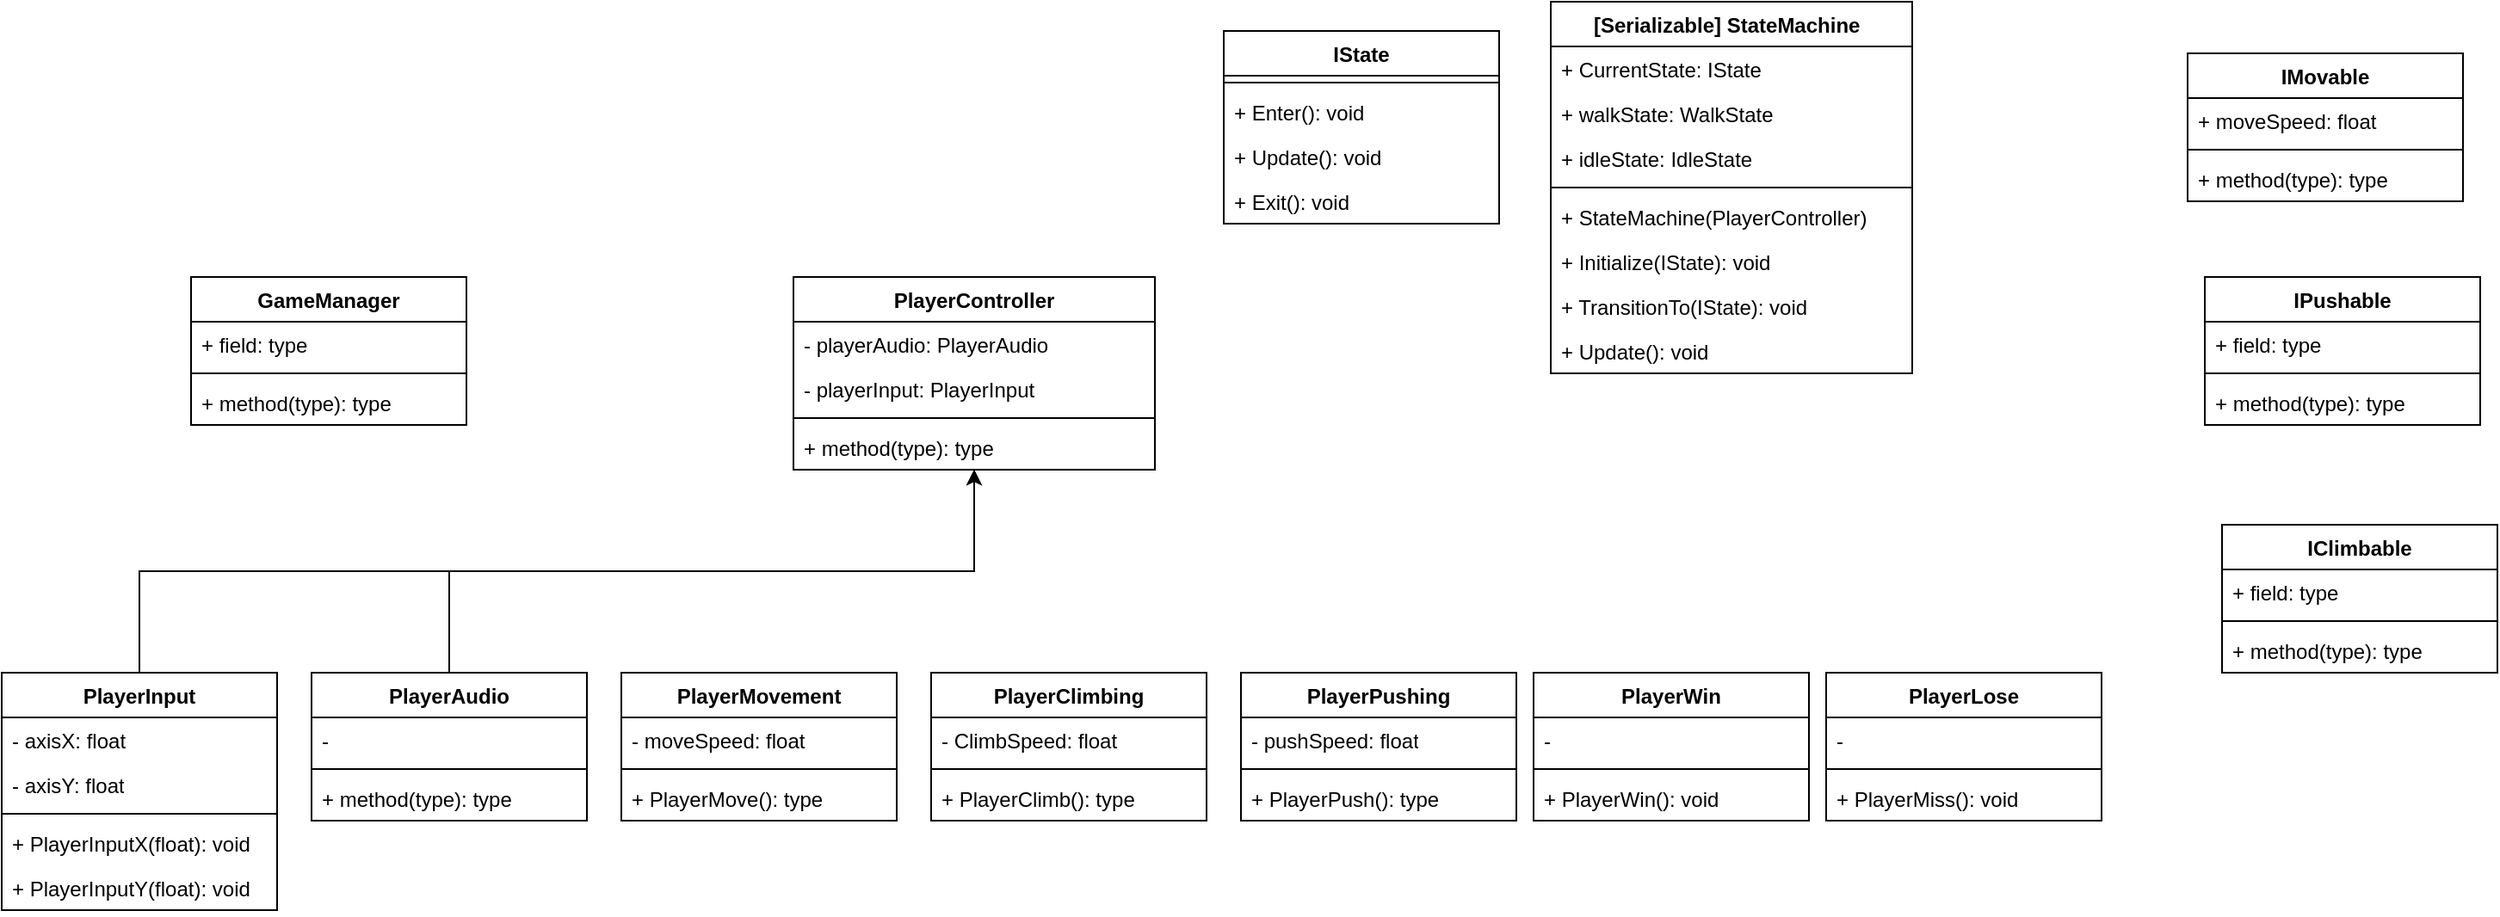
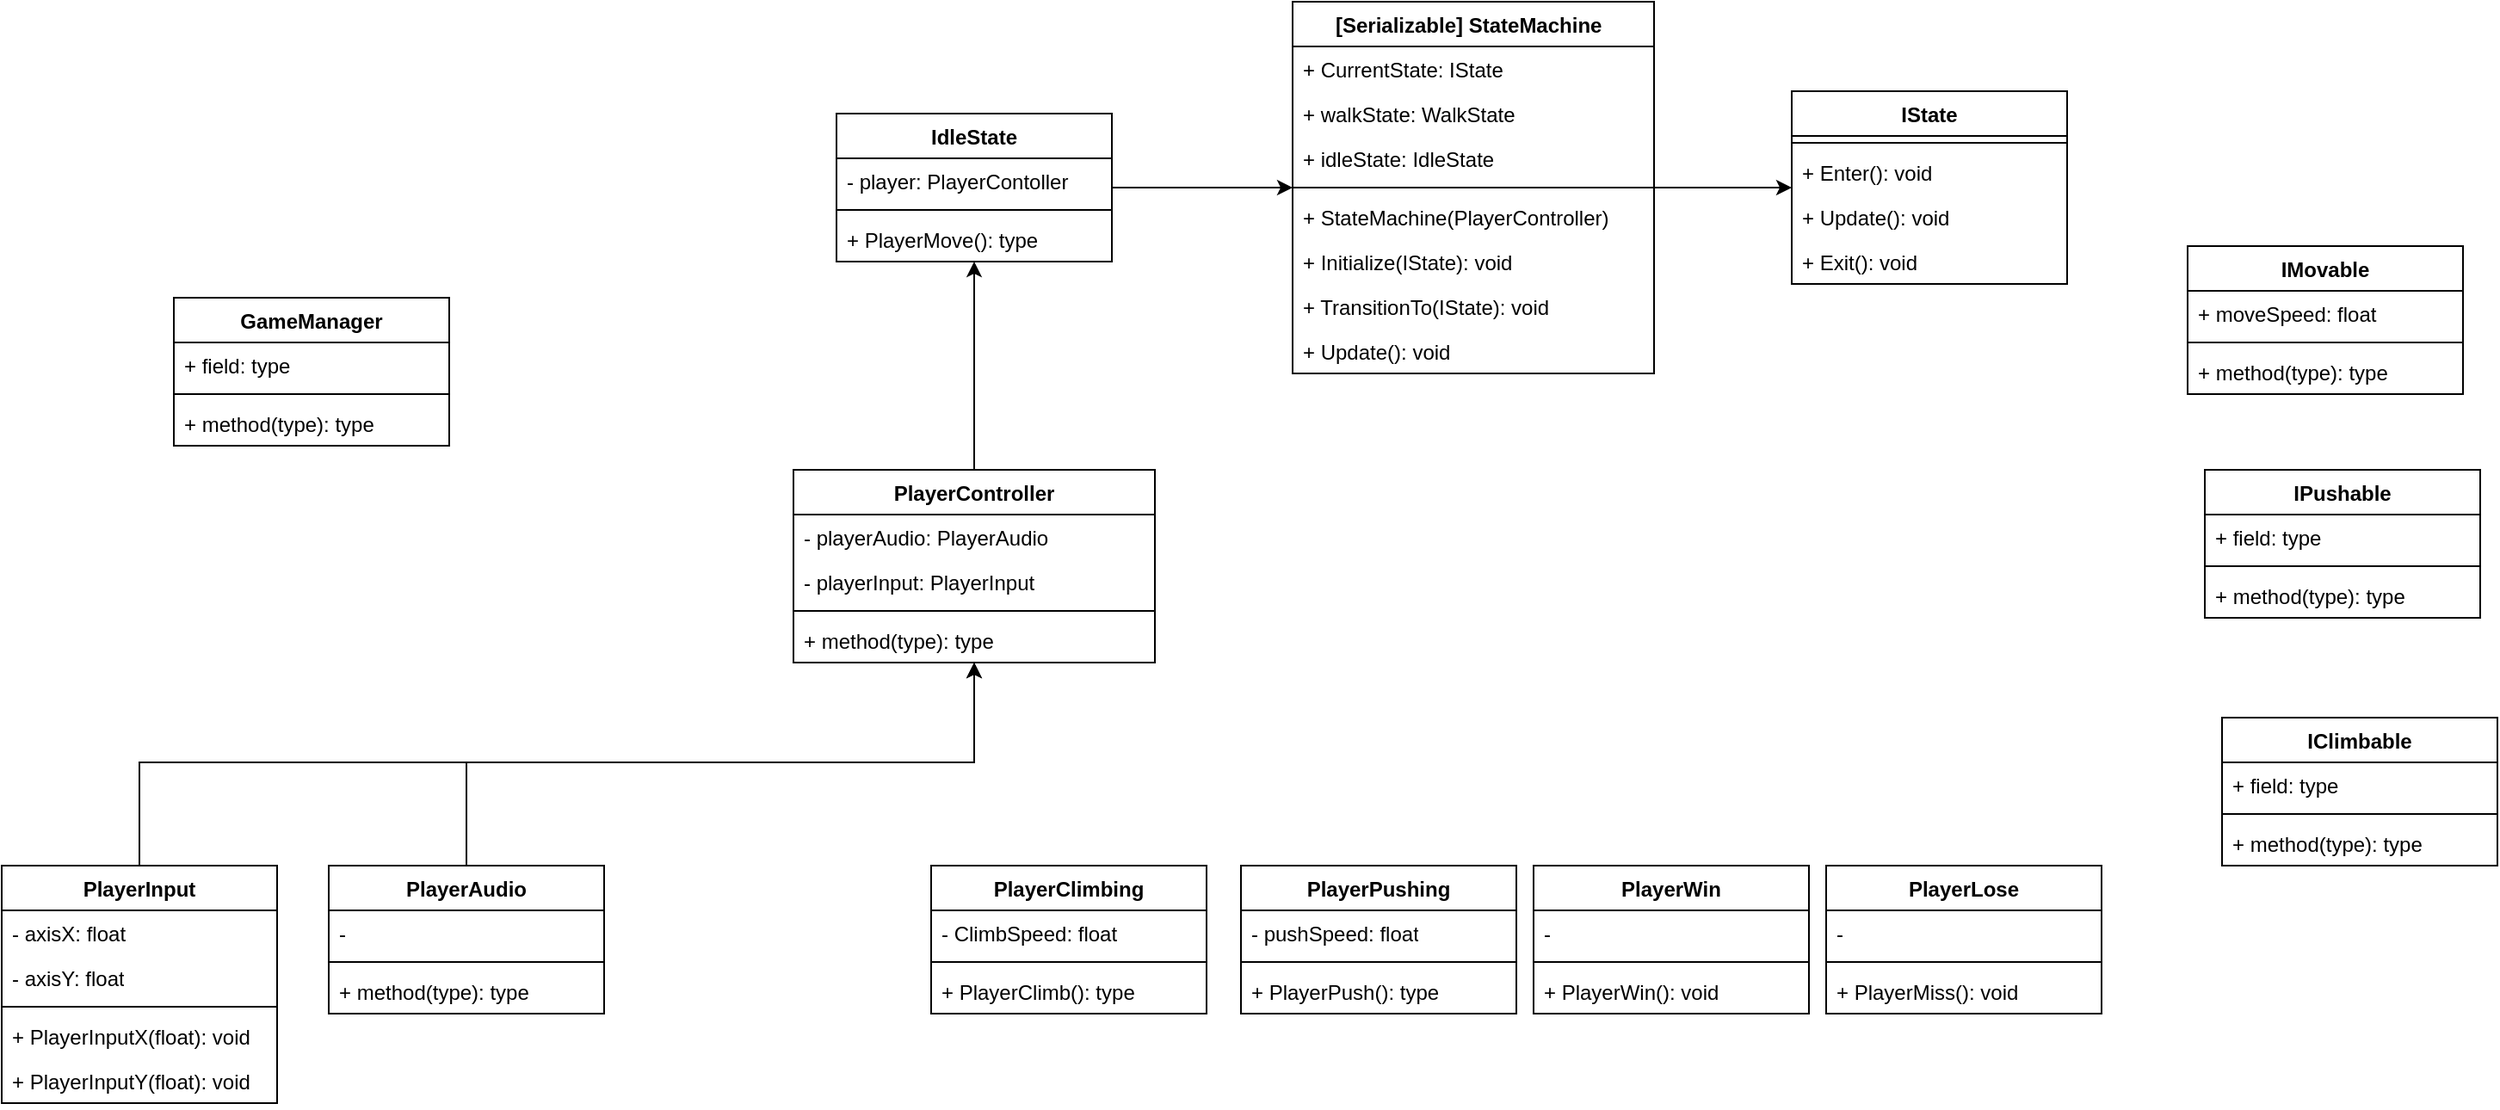
<mxfile host="app.diagrams.net" agent="Mozilla/5.0 (Windows NT 10.0; Win64; x64) AppleWebKit/537.36 (KHTML, like Gecko) Chrome/145.0.0.0 Safari/537.36" version="29.6.1">
  <diagram name="ページ-1" id="8KCFoVMX2dtQ3ng9Srak">
    <mxGraphModel dx="2083" dy="630" grid="1" gridSize="10" guides="1" tooltips="1" connect="1" arrows="1" fold="1" page="0" pageScale="1" pageWidth="850" pageHeight="1100" background="none" math="0" shadow="0">
      <root>
        <mxCell id="0" />
        <mxCell id="1" parent="0" />
        <mxCell id="L5NkyoWU7cnRC-8idZzs-9" parent="1" style="swimlane;fontStyle=1;align=center;verticalAlign=top;childLayout=stackLayout;horizontal=1;startSize=26;horizontalStack=0;resizeParent=1;resizeParentMax=0;resizeLast=0;collapsible=1;marginBottom=0;whiteSpace=wrap;html=1;" value="GameManager" vertex="1">
-           <mxGeometry height="86" width="160" x="40" y="370" as="geometry" />
+           <mxGeometry height="86" width="160" x="30" y="270" as="geometry" />
        </mxCell>
        <mxCell id="L5NkyoWU7cnRC-8idZzs-10" parent="L5NkyoWU7cnRC-8idZzs-9" style="text;strokeColor=none;fillColor=none;align=left;verticalAlign=top;spacingLeft=4;spacingRight=4;overflow=hidden;rotatable=0;points=[[0,0.5],[1,0.5]];portConstraint=eastwest;whiteSpace=wrap;html=1;" value="+ field: type" vertex="1">
          <mxGeometry height="26" width="160" y="26" as="geometry" />
        </mxCell>
        <mxCell id="L5NkyoWU7cnRC-8idZzs-11" parent="L5NkyoWU7cnRC-8idZzs-9" style="line;strokeWidth=1;fillColor=none;align=left;verticalAlign=middle;spacingTop=-1;spacingLeft=3;spacingRight=3;rotatable=0;labelPosition=right;points=[];portConstraint=eastwest;strokeColor=inherit;" value="" vertex="1">
          <mxGeometry height="8" width="160" y="52" as="geometry" />
        </mxCell>
        <mxCell id="L5NkyoWU7cnRC-8idZzs-12" parent="L5NkyoWU7cnRC-8idZzs-9" style="text;strokeColor=none;fillColor=none;align=left;verticalAlign=top;spacingLeft=4;spacingRight=4;overflow=hidden;rotatable=0;points=[[0,0.5],[1,0.5]];portConstraint=eastwest;whiteSpace=wrap;html=1;" value="+ method(type): type" vertex="1">
          <mxGeometry height="26" width="160" y="60" as="geometry" />
+         </mxCell>
+         <mxCell id="cJyFu2CfWWR6ttzxGQYN-23" edge="1" parent="1" source="L5NkyoWU7cnRC-8idZzs-13" style="edgeStyle=orthogonalEdgeStyle;rounded=0;orthogonalLoop=1;jettySize=auto;html=1;exitX=0.5;exitY=0;exitDx=0;exitDy=0;" target="L5NkyoWU7cnRC-8idZzs-25">
+           <mxGeometry relative="1" as="geometry" />
        </mxCell>
        <mxCell id="L5NkyoWU7cnRC-8idZzs-13" parent="1" style="swimlane;fontStyle=1;align=center;verticalAlign=top;childLayout=stackLayout;horizontal=1;startSize=26;horizontalStack=0;resizeParent=1;resizeParentMax=0;resizeLast=0;collapsible=1;marginBottom=0;whiteSpace=wrap;html=1;" value="PlayerController" vertex="1">
          <mxGeometry height="112" width="210" x="390" y="370" as="geometry" />
        </mxCell>
        <mxCell id="xKRVpc-qtdXalkFRgjZN-2" parent="L5NkyoWU7cnRC-8idZzs-13" style="text;strokeColor=none;fillColor=none;align=left;verticalAlign=top;spacingLeft=4;spacingRight=4;overflow=hidden;rotatable=0;points=[[0,0.5],[1,0.5]];portConstraint=eastwest;whiteSpace=wrap;html=1;" value="- playerAudio: PlayerAudio" vertex="1">
          <mxGeometry height="26" width="210" y="26" as="geometry" />
        </mxCell>
        <mxCell id="xKRVpc-qtdXalkFRgjZN-3" parent="L5NkyoWU7cnRC-8idZzs-13" style="text;strokeColor=none;fillColor=none;align=left;verticalAlign=top;spacingLeft=4;spacingRight=4;overflow=hidden;rotatable=0;points=[[0,0.5],[1,0.5]];portConstraint=eastwest;whiteSpace=wrap;html=1;" value="- playerInput: PlayerInput" vertex="1">
          <mxGeometry height="26" width="210" y="52" as="geometry" />
        </mxCell>
        <mxCell id="L5NkyoWU7cnRC-8idZzs-15" parent="L5NkyoWU7cnRC-8idZzs-13" style="line;strokeWidth=1;fillColor=none;align=left;verticalAlign=middle;spacingTop=-1;spacingLeft=3;spacingRight=3;rotatable=0;labelPosition=right;points=[];portConstraint=eastwest;strokeColor=inherit;" value="" vertex="1">
          <mxGeometry height="8" width="210" y="78" as="geometry" />
        </mxCell>
        <mxCell id="L5NkyoWU7cnRC-8idZzs-16" parent="L5NkyoWU7cnRC-8idZzs-13" style="text;strokeColor=none;fillColor=none;align=left;verticalAlign=top;spacingLeft=4;spacingRight=4;overflow=hidden;rotatable=0;points=[[0,0.5],[1,0.5]];portConstraint=eastwest;whiteSpace=wrap;html=1;" value="+ method(type): type" vertex="1">
          <mxGeometry height="26" width="210" y="86" as="geometry" />
        </mxCell>
-         <mxCell id="xKRVpc-qtdXalkFRgjZN-7" edge="1" parent="1" source="L5NkyoWU7cnRC-8idZzs-17" style="edgeStyle=orthogonalEdgeStyle;rounded=0;orthogonalLoop=1;jettySize=auto;html=1;exitX=0.5;exitY=0;exitDx=0;exitDy=0;" target="L5NkyoWU7cnRC-8idZzs-13">
+         <mxCell id="cJyFu2CfWWR6ttzxGQYN-20" edge="1" parent="1" source="L5NkyoWU7cnRC-8idZzs-17" style="edgeStyle=orthogonalEdgeStyle;rounded=0;orthogonalLoop=1;jettySize=auto;html=1;exitX=0.5;exitY=0;exitDx=0;exitDy=0;" target="L5NkyoWU7cnRC-8idZzs-13">
          <mxGeometry relative="1" as="geometry">
-             <mxPoint x="550" y="540" as="targetPoint" />
+             <Array as="points">
+               <mxPoint x="200" y="540" />
+               <mxPoint x="495" y="540" />
+             </Array>
          </mxGeometry>
        </mxCell>
        <mxCell id="L5NkyoWU7cnRC-8idZzs-17" parent="1" style="swimlane;fontStyle=1;align=center;verticalAlign=top;childLayout=stackLayout;horizontal=1;startSize=26;horizontalStack=0;resizeParent=1;resizeParentMax=0;resizeLast=0;collapsible=1;marginBottom=0;whiteSpace=wrap;html=1;" value="PlayerAudio" vertex="1">
-           <mxGeometry height="86" width="160" x="110" y="600" as="geometry" />
+           <mxGeometry height="86" width="160" x="120" y="600" as="geometry" />
        </mxCell>
        <mxCell id="L5NkyoWU7cnRC-8idZzs-18" parent="L5NkyoWU7cnRC-8idZzs-17" style="text;strokeColor=none;fillColor=none;align=left;verticalAlign=top;spacingLeft=4;spacingRight=4;overflow=hidden;rotatable=0;points=[[0,0.5],[1,0.5]];portConstraint=eastwest;whiteSpace=wrap;html=1;" value="-" vertex="1">
          <mxGeometry height="26" width="160" y="26" as="geometry" />
        </mxCell>
        <mxCell id="L5NkyoWU7cnRC-8idZzs-19" parent="L5NkyoWU7cnRC-8idZzs-17" style="line;strokeWidth=1;fillColor=none;align=left;verticalAlign=middle;spacingTop=-1;spacingLeft=3;spacingRight=3;rotatable=0;labelPosition=right;points=[];portConstraint=eastwest;strokeColor=inherit;" value="" vertex="1">
          <mxGeometry height="8" width="160" y="52" as="geometry" />
        </mxCell>
        <mxCell id="L5NkyoWU7cnRC-8idZzs-20" parent="L5NkyoWU7cnRC-8idZzs-17" style="text;strokeColor=none;fillColor=none;align=left;verticalAlign=top;spacingLeft=4;spacingRight=4;overflow=hidden;rotatable=0;points=[[0,0.5],[1,0.5]];portConstraint=eastwest;whiteSpace=wrap;html=1;" value="+ method(type): type" vertex="1">
          <mxGeometry height="26" width="160" y="60" as="geometry" />
+         </mxCell>
+         <mxCell id="cJyFu2CfWWR6ttzxGQYN-21" edge="1" parent="1" source="L5NkyoWU7cnRC-8idZzs-21" style="edgeStyle=orthogonalEdgeStyle;rounded=0;orthogonalLoop=1;jettySize=auto;html=1;" target="L5NkyoWU7cnRC-8idZzs-13">
+           <mxGeometry relative="1" as="geometry">
+             <Array as="points">
+               <mxPoint x="10" y="540" />
+               <mxPoint x="495" y="540" />
+             </Array>
+           </mxGeometry>
        </mxCell>
        <mxCell id="L5NkyoWU7cnRC-8idZzs-21" parent="1" style="swimlane;fontStyle=1;align=center;verticalAlign=top;childLayout=stackLayout;horizontal=1;startSize=26;horizontalStack=0;resizeParent=1;resizeParentMax=0;resizeLast=0;collapsible=1;marginBottom=0;whiteSpace=wrap;html=1;" value="PlayerInput" vertex="1">
          <mxGeometry height="138" width="160" x="-70" y="600" as="geometry" />
        </mxCell>
        <mxCell id="L5NkyoWU7cnRC-8idZzs-22" parent="L5NkyoWU7cnRC-8idZzs-21" style="text;strokeColor=none;fillColor=none;align=left;verticalAlign=top;spacingLeft=4;spacingRight=4;overflow=hidden;rotatable=0;points=[[0,0.5],[1,0.5]];portConstraint=eastwest;whiteSpace=wrap;html=1;" value="- axisX: float" vertex="1">
          <mxGeometry height="26" width="160" y="26" as="geometry" />
        </mxCell>
        <mxCell id="pt3lwnELBwHd_nTeb_py-6" parent="L5NkyoWU7cnRC-8idZzs-21" style="text;strokeColor=none;fillColor=none;align=left;verticalAlign=top;spacingLeft=4;spacingRight=4;overflow=hidden;rotatable=0;points=[[0,0.5],[1,0.5]];portConstraint=eastwest;whiteSpace=wrap;html=1;" value="- axisY: float" vertex="1">
          <mxGeometry height="26" width="160" y="52" as="geometry" />
        </mxCell>
        <mxCell id="L5NkyoWU7cnRC-8idZzs-23" parent="L5NkyoWU7cnRC-8idZzs-21" style="line;strokeWidth=1;fillColor=none;align=left;verticalAlign=middle;spacingTop=-1;spacingLeft=3;spacingRight=3;rotatable=0;labelPosition=right;points=[];portConstraint=eastwest;strokeColor=inherit;" value="" vertex="1">
          <mxGeometry height="8" width="160" y="78" as="geometry" />
        </mxCell>
        <mxCell id="L5NkyoWU7cnRC-8idZzs-24" parent="L5NkyoWU7cnRC-8idZzs-21" style="text;strokeColor=none;fillColor=none;align=left;verticalAlign=top;spacingLeft=4;spacingRight=4;overflow=hidden;rotatable=0;points=[[0,0.5],[1,0.5]];portConstraint=eastwest;whiteSpace=wrap;html=1;" value="+ PlayerInputX(float): void" vertex="1">
          <mxGeometry height="26" width="160" y="86" as="geometry" />
        </mxCell>
        <mxCell id="pt3lwnELBwHd_nTeb_py-7" parent="L5NkyoWU7cnRC-8idZzs-21" style="text;strokeColor=none;fillColor=none;align=left;verticalAlign=top;spacingLeft=4;spacingRight=4;overflow=hidden;rotatable=0;points=[[0,0.5],[1,0.5]];portConstraint=eastwest;whiteSpace=wrap;html=1;" value="+ PlayerInputY(float): void" vertex="1">
          <mxGeometry height="26" width="160" y="112" as="geometry" />
        </mxCell>
-         <mxCell id="L5NkyoWU7cnRC-8idZzs-25" parent="1" style="swimlane;fontStyle=1;align=center;verticalAlign=top;childLayout=stackLayout;horizontal=1;startSize=26;horizontalStack=0;resizeParent=1;resizeParentMax=0;resizeLast=0;collapsible=1;marginBottom=0;whiteSpace=wrap;html=1;" value="PlayerMovement" vertex="1">
-           <mxGeometry height="86" width="160" x="290" y="600" as="geometry" />
-         </mxCell>
-         <mxCell id="L5NkyoWU7cnRC-8idZzs-26" parent="L5NkyoWU7cnRC-8idZzs-25" style="text;strokeColor=none;fillColor=none;align=left;verticalAlign=top;spacingLeft=4;spacingRight=4;overflow=hidden;rotatable=0;points=[[0,0.5],[1,0.5]];portConstraint=eastwest;whiteSpace=wrap;html=1;" value="- moveSpeed: float" vertex="1">
+         <mxCell id="L5NkyoWU7cnRC-8idZzs-25" parent="1" style="swimlane;fontStyle=1;align=center;verticalAlign=top;childLayout=stackLayout;horizontal=1;startSize=26;horizontalStack=0;resizeParent=1;resizeParentMax=0;resizeLast=0;collapsible=1;marginBottom=0;whiteSpace=wrap;html=1;" value="IdleState" vertex="1">
+           <mxGeometry height="86" width="160" x="415" y="163" as="geometry" />
+         </mxCell>
+         <mxCell id="L5NkyoWU7cnRC-8idZzs-26" parent="L5NkyoWU7cnRC-8idZzs-25" style="text;strokeColor=none;fillColor=none;align=left;verticalAlign=top;spacingLeft=4;spacingRight=4;overflow=hidden;rotatable=0;points=[[0,0.5],[1,0.5]];portConstraint=eastwest;whiteSpace=wrap;html=1;" value="- player: PlayerContoller" vertex="1">
          <mxGeometry height="26" width="160" y="26" as="geometry" />
        </mxCell>
        <mxCell id="L5NkyoWU7cnRC-8idZzs-27" parent="L5NkyoWU7cnRC-8idZzs-25" style="line;strokeWidth=1;fillColor=none;align=left;verticalAlign=middle;spacingTop=-1;spacingLeft=3;spacingRight=3;rotatable=0;labelPosition=right;points=[];portConstraint=eastwest;strokeColor=inherit;" value="" vertex="1">
          <mxGeometry height="8" width="160" y="52" as="geometry" />
        </mxCell>
        <mxCell id="L5NkyoWU7cnRC-8idZzs-28" parent="L5NkyoWU7cnRC-8idZzs-25" style="text;strokeColor=none;fillColor=none;align=left;verticalAlign=top;spacingLeft=4;spacingRight=4;overflow=hidden;rotatable=0;points=[[0,0.5],[1,0.5]];portConstraint=eastwest;whiteSpace=wrap;html=1;" value="+ PlayerMove(): type" vertex="1">
          <mxGeometry height="26" width="160" y="60" as="geometry" />
        </mxCell>
        <mxCell id="L5NkyoWU7cnRC-8idZzs-29" parent="1" style="swimlane;fontStyle=1;align=center;verticalAlign=top;childLayout=stackLayout;horizontal=1;startSize=26;horizontalStack=0;resizeParent=1;resizeParentMax=0;resizeLast=0;collapsible=1;marginBottom=0;whiteSpace=wrap;html=1;" value="PlayerWin" vertex="1">
          <mxGeometry height="86" width="160" x="820" y="600" as="geometry">
            <mxRectangle height="30" width="120" x="500" y="470" as="alternateBounds" />
          </mxGeometry>
        </mxCell>
        <mxCell id="L5NkyoWU7cnRC-8idZzs-30" parent="L5NkyoWU7cnRC-8idZzs-29" style="text;strokeColor=none;fillColor=none;align=left;verticalAlign=top;spacingLeft=4;spacingRight=4;overflow=hidden;rotatable=0;points=[[0,0.5],[1,0.5]];portConstraint=eastwest;whiteSpace=wrap;html=1;" value="-" vertex="1">
          <mxGeometry height="26" width="160" y="26" as="geometry" />
        </mxCell>
        <mxCell id="L5NkyoWU7cnRC-8idZzs-31" parent="L5NkyoWU7cnRC-8idZzs-29" style="line;strokeWidth=1;fillColor=none;align=left;verticalAlign=middle;spacingTop=-1;spacingLeft=3;spacingRight=3;rotatable=0;labelPosition=right;points=[];portConstraint=eastwest;strokeColor=inherit;" value="" vertex="1">
          <mxGeometry height="8" width="160" y="52" as="geometry" />
        </mxCell>
        <mxCell id="L5NkyoWU7cnRC-8idZzs-32" parent="L5NkyoWU7cnRC-8idZzs-29" style="text;strokeColor=none;fillColor=none;align=left;verticalAlign=top;spacingLeft=4;spacingRight=4;overflow=hidden;rotatable=0;points=[[0,0.5],[1,0.5]];portConstraint=eastwest;whiteSpace=wrap;html=1;" value="+ PlayerWin(): void" vertex="1">
          <mxGeometry height="26" width="160" y="60" as="geometry" />
        </mxCell>
        <mxCell id="L5NkyoWU7cnRC-8idZzs-33" parent="1" style="swimlane;fontStyle=1;align=center;verticalAlign=top;childLayout=stackLayout;horizontal=1;startSize=26;horizontalStack=0;resizeParent=1;resizeParentMax=0;resizeLast=0;collapsible=1;marginBottom=0;whiteSpace=wrap;html=1;" value="PlayerLose" vertex="1">
          <mxGeometry height="86" width="160" x="990" y="600" as="geometry" />
        </mxCell>
        <mxCell id="L5NkyoWU7cnRC-8idZzs-34" parent="L5NkyoWU7cnRC-8idZzs-33" style="text;strokeColor=none;fillColor=none;align=left;verticalAlign=top;spacingLeft=4;spacingRight=4;overflow=hidden;rotatable=0;points=[[0,0.5],[1,0.5]];portConstraint=eastwest;whiteSpace=wrap;html=1;" value="-" vertex="1">
          <mxGeometry height="26" width="160" y="26" as="geometry" />
        </mxCell>
        <mxCell id="L5NkyoWU7cnRC-8idZzs-35" parent="L5NkyoWU7cnRC-8idZzs-33" style="line;strokeWidth=1;fillColor=none;align=left;verticalAlign=middle;spacingTop=-1;spacingLeft=3;spacingRight=3;rotatable=0;labelPosition=right;points=[];portConstraint=eastwest;strokeColor=inherit;" value="" vertex="1">
          <mxGeometry height="8" width="160" y="52" as="geometry" />
        </mxCell>
        <mxCell id="L5NkyoWU7cnRC-8idZzs-36" parent="L5NkyoWU7cnRC-8idZzs-33" style="text;strokeColor=none;fillColor=none;align=left;verticalAlign=top;spacingLeft=4;spacingRight=4;overflow=hidden;rotatable=0;points=[[0,0.5],[1,0.5]];portConstraint=eastwest;whiteSpace=wrap;html=1;" value="+ PlayerMiss(): void" vertex="1">
          <mxGeometry height="26" width="160" y="60" as="geometry" />
        </mxCell>
        <mxCell id="pt3lwnELBwHd_nTeb_py-9" parent="1" style="swimlane;fontStyle=1;align=center;verticalAlign=top;childLayout=stackLayout;horizontal=1;startSize=26;horizontalStack=0;resizeParent=1;resizeParentMax=0;resizeLast=0;collapsible=1;marginBottom=0;whiteSpace=wrap;html=1;" value="IMovable" vertex="1">
          <mxGeometry height="86" width="160" x="1200" y="240" as="geometry" />
        </mxCell>
        <mxCell id="pt3lwnELBwHd_nTeb_py-10" parent="pt3lwnELBwHd_nTeb_py-9" style="text;strokeColor=none;fillColor=none;align=left;verticalAlign=top;spacingLeft=4;spacingRight=4;overflow=hidden;rotatable=0;points=[[0,0.5],[1,0.5]];portConstraint=eastwest;whiteSpace=wrap;html=1;" value="+ moveSpeed: float" vertex="1">
          <mxGeometry height="26" width="160" y="26" as="geometry" />
        </mxCell>
        <mxCell id="pt3lwnELBwHd_nTeb_py-11" parent="pt3lwnELBwHd_nTeb_py-9" style="line;strokeWidth=1;fillColor=none;align=left;verticalAlign=middle;spacingTop=-1;spacingLeft=3;spacingRight=3;rotatable=0;labelPosition=right;points=[];portConstraint=eastwest;strokeColor=inherit;" value="" vertex="1">
          <mxGeometry height="8" width="160" y="52" as="geometry" />
        </mxCell>
        <mxCell id="pt3lwnELBwHd_nTeb_py-12" parent="pt3lwnELBwHd_nTeb_py-9" style="text;strokeColor=none;fillColor=none;align=left;verticalAlign=top;spacingLeft=4;spacingRight=4;overflow=hidden;rotatable=0;points=[[0,0.5],[1,0.5]];portConstraint=eastwest;whiteSpace=wrap;html=1;" value="+ method(type): type" vertex="1">
          <mxGeometry height="26" width="160" y="60" as="geometry" />
        </mxCell>
        <mxCell id="pt3lwnELBwHd_nTeb_py-13" parent="1" style="swimlane;fontStyle=1;align=center;verticalAlign=top;childLayout=stackLayout;horizontal=1;startSize=26;horizontalStack=0;resizeParent=1;resizeParentMax=0;resizeLast=0;collapsible=1;marginBottom=0;whiteSpace=wrap;html=1;" value="IPushable" vertex="1">
          <mxGeometry height="86" width="160" x="1210" y="370" as="geometry" />
        </mxCell>
        <mxCell id="pt3lwnELBwHd_nTeb_py-14" parent="pt3lwnELBwHd_nTeb_py-13" style="text;strokeColor=none;fillColor=none;align=left;verticalAlign=top;spacingLeft=4;spacingRight=4;overflow=hidden;rotatable=0;points=[[0,0.5],[1,0.5]];portConstraint=eastwest;whiteSpace=wrap;html=1;" value="+ field: type" vertex="1">
          <mxGeometry height="26" width="160" y="26" as="geometry" />
        </mxCell>
        <mxCell id="pt3lwnELBwHd_nTeb_py-15" parent="pt3lwnELBwHd_nTeb_py-13" style="line;strokeWidth=1;fillColor=none;align=left;verticalAlign=middle;spacingTop=-1;spacingLeft=3;spacingRight=3;rotatable=0;labelPosition=right;points=[];portConstraint=eastwest;strokeColor=inherit;" value="" vertex="1">
          <mxGeometry height="8" width="160" y="52" as="geometry" />
        </mxCell>
        <mxCell id="pt3lwnELBwHd_nTeb_py-16" parent="pt3lwnELBwHd_nTeb_py-13" style="text;strokeColor=none;fillColor=none;align=left;verticalAlign=top;spacingLeft=4;spacingRight=4;overflow=hidden;rotatable=0;points=[[0,0.5],[1,0.5]];portConstraint=eastwest;whiteSpace=wrap;html=1;" value="+ method(type): type" vertex="1">
          <mxGeometry height="26" width="160" y="60" as="geometry" />
        </mxCell>
        <mxCell id="3llHXHSIi8HC60sM2auQ-6" parent="1" style="swimlane;fontStyle=1;align=center;verticalAlign=top;childLayout=stackLayout;horizontal=1;startSize=26;horizontalStack=0;resizeParent=1;resizeParentMax=0;resizeLast=0;collapsible=1;marginBottom=0;whiteSpace=wrap;html=1;" value="PlayerClimbing" vertex="1">
          <mxGeometry height="86" width="160" x="470" y="600" as="geometry" />
        </mxCell>
        <mxCell id="3llHXHSIi8HC60sM2auQ-7" parent="3llHXHSIi8HC60sM2auQ-6" style="text;strokeColor=none;fillColor=none;align=left;verticalAlign=top;spacingLeft=4;spacingRight=4;overflow=hidden;rotatable=0;points=[[0,0.5],[1,0.5]];portConstraint=eastwest;whiteSpace=wrap;html=1;" value="- ClimbSpeed: float" vertex="1">
          <mxGeometry height="26" width="160" y="26" as="geometry" />
        </mxCell>
        <mxCell id="3llHXHSIi8HC60sM2auQ-8" parent="3llHXHSIi8HC60sM2auQ-6" style="line;strokeWidth=1;fillColor=none;align=left;verticalAlign=middle;spacingTop=-1;spacingLeft=3;spacingRight=3;rotatable=0;labelPosition=right;points=[];portConstraint=eastwest;strokeColor=inherit;" value="" vertex="1">
          <mxGeometry height="8" width="160" y="52" as="geometry" />
        </mxCell>
        <mxCell id="3llHXHSIi8HC60sM2auQ-9" parent="3llHXHSIi8HC60sM2auQ-6" style="text;strokeColor=none;fillColor=none;align=left;verticalAlign=top;spacingLeft=4;spacingRight=4;overflow=hidden;rotatable=0;points=[[0,0.5],[1,0.5]];portConstraint=eastwest;whiteSpace=wrap;html=1;" value="+ PlayerClimb(): type" vertex="1">
          <mxGeometry height="26" width="160" y="60" as="geometry" />
        </mxCell>
        <mxCell id="3llHXHSIi8HC60sM2auQ-10" parent="1" style="swimlane;fontStyle=1;align=center;verticalAlign=top;childLayout=stackLayout;horizontal=1;startSize=26;horizontalStack=0;resizeParent=1;resizeParentMax=0;resizeLast=0;collapsible=1;marginBottom=0;whiteSpace=wrap;html=1;" value="PlayerPushing" vertex="1">
          <mxGeometry height="86" width="160" x="650" y="600" as="geometry" />
        </mxCell>
        <mxCell id="3llHXHSIi8HC60sM2auQ-11" parent="3llHXHSIi8HC60sM2auQ-10" style="text;strokeColor=none;fillColor=none;align=left;verticalAlign=top;spacingLeft=4;spacingRight=4;overflow=hidden;rotatable=0;points=[[0,0.5],[1,0.5]];portConstraint=eastwest;whiteSpace=wrap;html=1;" value="- pushSpeed: float" vertex="1">
          <mxGeometry height="26" width="160" y="26" as="geometry" />
        </mxCell>
        <mxCell id="3llHXHSIi8HC60sM2auQ-12" parent="3llHXHSIi8HC60sM2auQ-10" style="line;strokeWidth=1;fillColor=none;align=left;verticalAlign=middle;spacingTop=-1;spacingLeft=3;spacingRight=3;rotatable=0;labelPosition=right;points=[];portConstraint=eastwest;strokeColor=inherit;" value="" vertex="1">
          <mxGeometry height="8" width="160" y="52" as="geometry" />
        </mxCell>
        <mxCell id="3llHXHSIi8HC60sM2auQ-13" parent="3llHXHSIi8HC60sM2auQ-10" style="text;strokeColor=none;fillColor=none;align=left;verticalAlign=top;spacingLeft=4;spacingRight=4;overflow=hidden;rotatable=0;points=[[0,0.5],[1,0.5]];portConstraint=eastwest;whiteSpace=wrap;html=1;" value="+ PlayerPush(): type" vertex="1">
          <mxGeometry height="26" width="160" y="60" as="geometry" />
        </mxCell>
        <mxCell id="3llHXHSIi8HC60sM2auQ-14" parent="1" style="swimlane;fontStyle=1;align=center;verticalAlign=top;childLayout=stackLayout;horizontal=1;startSize=26;horizontalStack=0;resizeParent=1;resizeParentMax=0;resizeLast=0;collapsible=1;marginBottom=0;whiteSpace=wrap;html=1;" value="IClimbable" vertex="1">
          <mxGeometry height="86" width="160" x="1220" y="514" as="geometry" />
        </mxCell>
        <mxCell id="3llHXHSIi8HC60sM2auQ-15" parent="3llHXHSIi8HC60sM2auQ-14" style="text;strokeColor=none;fillColor=none;align=left;verticalAlign=top;spacingLeft=4;spacingRight=4;overflow=hidden;rotatable=0;points=[[0,0.5],[1,0.5]];portConstraint=eastwest;whiteSpace=wrap;html=1;" value="+ field: type" vertex="1">
          <mxGeometry height="26" width="160" y="26" as="geometry" />
        </mxCell>
        <mxCell id="3llHXHSIi8HC60sM2auQ-16" parent="3llHXHSIi8HC60sM2auQ-14" style="line;strokeWidth=1;fillColor=none;align=left;verticalAlign=middle;spacingTop=-1;spacingLeft=3;spacingRight=3;rotatable=0;labelPosition=right;points=[];portConstraint=eastwest;strokeColor=inherit;" value="" vertex="1">
          <mxGeometry height="8" width="160" y="52" as="geometry" />
        </mxCell>
        <mxCell id="3llHXHSIi8HC60sM2auQ-17" parent="3llHXHSIi8HC60sM2auQ-14" style="text;strokeColor=none;fillColor=none;align=left;verticalAlign=top;spacingLeft=4;spacingRight=4;overflow=hidden;rotatable=0;points=[[0,0.5],[1,0.5]];portConstraint=eastwest;whiteSpace=wrap;html=1;" value="+ method(type): type" vertex="1">
          <mxGeometry height="26" width="160" y="60" as="geometry" />
        </mxCell>
-         <mxCell id="xKRVpc-qtdXalkFRgjZN-8" edge="1" parent="1" source="L5NkyoWU7cnRC-8idZzs-21" style="edgeStyle=orthogonalEdgeStyle;rounded=0;orthogonalLoop=1;jettySize=auto;html=1;exitX=0.5;exitY=0;exitDx=0;exitDy=0;" target="L5NkyoWU7cnRC-8idZzs-13">
-           <mxGeometry relative="1" as="geometry" />
-         </mxCell>
        <mxCell id="cJyFu2CfWWR6ttzxGQYN-1" parent="1" style="swimlane;fontStyle=1;align=center;verticalAlign=top;childLayout=stackLayout;horizontal=1;startSize=26;horizontalStack=0;resizeParent=1;resizeParentMax=0;resizeLast=0;collapsible=1;marginBottom=0;whiteSpace=wrap;html=1;" value="IState" vertex="1">
-           <mxGeometry height="112" width="160" x="640" y="227" as="geometry" />
+           <mxGeometry height="112" width="160" x="970" y="150" as="geometry" />
        </mxCell>
        <mxCell id="cJyFu2CfWWR6ttzxGQYN-3" parent="cJyFu2CfWWR6ttzxGQYN-1" style="line;strokeWidth=1;fillColor=none;align=left;verticalAlign=middle;spacingTop=-1;spacingLeft=3;spacingRight=3;rotatable=0;labelPosition=right;points=[];portConstraint=eastwest;strokeColor=inherit;" value="" vertex="1">
          <mxGeometry height="8" width="160" y="26" as="geometry" />
        </mxCell>
        <mxCell id="cJyFu2CfWWR6ttzxGQYN-4" parent="cJyFu2CfWWR6ttzxGQYN-1" style="text;strokeColor=none;fillColor=none;align=left;verticalAlign=top;spacingLeft=4;spacingRight=4;overflow=hidden;rotatable=0;points=[[0,0.5],[1,0.5]];portConstraint=eastwest;whiteSpace=wrap;html=1;" value="+ Enter(): void" vertex="1">
          <mxGeometry height="26" width="160" y="34" as="geometry" />
        </mxCell>
        <mxCell id="cJyFu2CfWWR6ttzxGQYN-6" parent="cJyFu2CfWWR6ttzxGQYN-1" style="text;strokeColor=none;fillColor=none;align=left;verticalAlign=top;spacingLeft=4;spacingRight=4;overflow=hidden;rotatable=0;points=[[0,0.5],[1,0.5]];portConstraint=eastwest;whiteSpace=wrap;html=1;" value="+ Update(): void" vertex="1">
          <mxGeometry height="26" width="160" y="60" as="geometry" />
        </mxCell>
        <mxCell id="cJyFu2CfWWR6ttzxGQYN-7" parent="cJyFu2CfWWR6ttzxGQYN-1" style="text;strokeColor=none;fillColor=none;align=left;verticalAlign=top;spacingLeft=4;spacingRight=4;overflow=hidden;rotatable=0;points=[[0,0.5],[1,0.5]];portConstraint=eastwest;whiteSpace=wrap;html=1;" value="+ Exit(): void" vertex="1">
          <mxGeometry height="26" width="160" y="86" as="geometry" />
        </mxCell>
+         <mxCell id="cJyFu2CfWWR6ttzxGQYN-25" edge="1" parent="1" source="cJyFu2CfWWR6ttzxGQYN-8" style="edgeStyle=orthogonalEdgeStyle;rounded=0;orthogonalLoop=1;jettySize=auto;html=1;exitX=1;exitY=0.5;exitDx=0;exitDy=0;" target="cJyFu2CfWWR6ttzxGQYN-1">
+           <mxGeometry relative="1" as="geometry" />
+         </mxCell>
        <mxCell id="cJyFu2CfWWR6ttzxGQYN-8" parent="1" style="swimlane;fontStyle=1;align=center;verticalAlign=top;childLayout=stackLayout;horizontal=1;startSize=26;horizontalStack=0;resizeParent=1;resizeParentMax=0;resizeLast=0;collapsible=1;marginBottom=0;whiteSpace=wrap;html=1;" value="[Serializable] StateMachine&lt;span style=&quot;white-space: pre;&quot;&gt;&#x9;&lt;/span&gt;" vertex="1">
-           <mxGeometry height="216" width="210" x="830" y="210" as="geometry" />
+           <mxGeometry height="216" width="210" x="680" y="98" as="geometry" />
        </mxCell>
        <mxCell id="cJyFu2CfWWR6ttzxGQYN-9" parent="cJyFu2CfWWR6ttzxGQYN-8" style="text;strokeColor=none;fillColor=none;align=left;verticalAlign=top;spacingLeft=4;spacingRight=4;overflow=hidden;rotatable=0;points=[[0,0.5],[1,0.5]];portConstraint=eastwest;whiteSpace=wrap;html=1;" value="+&amp;nbsp;CurrentState: IState" vertex="1">
          <mxGeometry height="26" width="210" y="26" as="geometry" />
        </mxCell>
        <mxCell id="cJyFu2CfWWR6ttzxGQYN-10" parent="cJyFu2CfWWR6ttzxGQYN-8" style="text;strokeColor=none;fillColor=none;align=left;verticalAlign=top;spacingLeft=4;spacingRight=4;overflow=hidden;rotatable=0;points=[[0,0.5],[1,0.5]];portConstraint=eastwest;whiteSpace=wrap;html=1;" value="+ walkState: WalkState" vertex="1">
          <mxGeometry height="26" width="210" y="52" as="geometry" />
        </mxCell>
        <mxCell id="cJyFu2CfWWR6ttzxGQYN-13" parent="cJyFu2CfWWR6ttzxGQYN-8" style="text;strokeColor=none;fillColor=none;align=left;verticalAlign=top;spacingLeft=4;spacingRight=4;overflow=hidden;rotatable=0;points=[[0,0.5],[1,0.5]];portConstraint=eastwest;whiteSpace=wrap;html=1;" value="+ idleState: IdleState" vertex="1">
          <mxGeometry height="26" width="210" y="78" as="geometry" />
        </mxCell>
        <mxCell id="cJyFu2CfWWR6ttzxGQYN-11" parent="cJyFu2CfWWR6ttzxGQYN-8" style="line;strokeWidth=1;fillColor=none;align=left;verticalAlign=middle;spacingTop=-1;spacingLeft=3;spacingRight=3;rotatable=0;labelPosition=right;points=[];portConstraint=eastwest;strokeColor=inherit;" value="" vertex="1">
          <mxGeometry height="8" width="210" y="104" as="geometry" />
        </mxCell>
        <mxCell id="cJyFu2CfWWR6ttzxGQYN-12" parent="cJyFu2CfWWR6ttzxGQYN-8" style="text;strokeColor=none;fillColor=none;align=left;verticalAlign=top;spacingLeft=4;spacingRight=4;overflow=hidden;rotatable=0;points=[[0,0.5],[1,0.5]];portConstraint=eastwest;whiteSpace=wrap;html=1;" value="+ StateMachine(PlayerController)" vertex="1">
          <mxGeometry height="26" width="210" y="112" as="geometry" />
        </mxCell>
        <mxCell id="cJyFu2CfWWR6ttzxGQYN-18" parent="cJyFu2CfWWR6ttzxGQYN-8" style="text;strokeColor=none;fillColor=none;align=left;verticalAlign=top;spacingLeft=4;spacingRight=4;overflow=hidden;rotatable=0;points=[[0,0.5],[1,0.5]];portConstraint=eastwest;whiteSpace=wrap;html=1;" value="+ Initialize(IState): void" vertex="1">
          <mxGeometry height="26" width="210" y="138" as="geometry" />
        </mxCell>
        <mxCell id="cJyFu2CfWWR6ttzxGQYN-14" parent="cJyFu2CfWWR6ttzxGQYN-8" style="text;strokeColor=none;fillColor=none;align=left;verticalAlign=top;spacingLeft=4;spacingRight=4;overflow=hidden;rotatable=0;points=[[0,0.5],[1,0.5]];portConstraint=eastwest;whiteSpace=wrap;html=1;" value="+ TransitionTo(IState): void" vertex="1">
          <mxGeometry height="26" width="210" y="164" as="geometry" />
        </mxCell>
        <mxCell id="cJyFu2CfWWR6ttzxGQYN-15" parent="cJyFu2CfWWR6ttzxGQYN-8" style="text;strokeColor=none;fillColor=none;align=left;verticalAlign=top;spacingLeft=4;spacingRight=4;overflow=hidden;rotatable=0;points=[[0,0.5],[1,0.5]];portConstraint=eastwest;whiteSpace=wrap;html=1;" value="+ Update(): void" vertex="1">
          <mxGeometry height="26" width="210" y="190" as="geometry" />
+         </mxCell>
+         <mxCell id="cJyFu2CfWWR6ttzxGQYN-24" edge="1" parent="1" source="L5NkyoWU7cnRC-8idZzs-25" style="edgeStyle=orthogonalEdgeStyle;rounded=0;orthogonalLoop=1;jettySize=auto;html=1;" target="cJyFu2CfWWR6ttzxGQYN-8">
+           <mxGeometry relative="1" as="geometry" />
        </mxCell>
      </root>
    </mxGraphModel>
  </diagram>
</mxfile>
